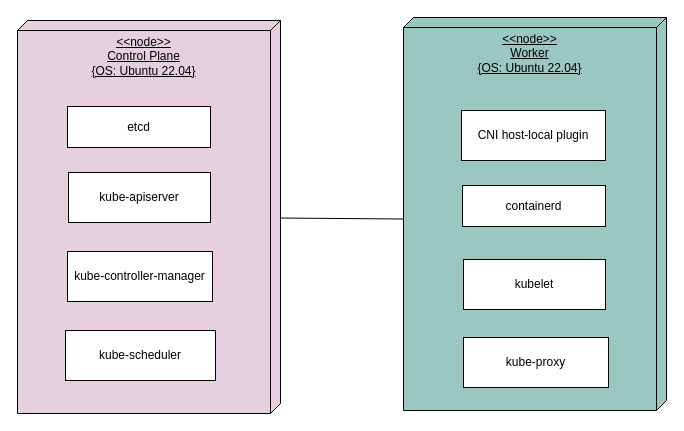
Earlier version of the draw.io diagram assets/K8S_cluster.drawio (hoaraujerome/k8s_cluster_from_scratch). Source tidied: cells renumbered, new cells numbered last; positions are measured from the earlier drawing's top-left corner, leaving out a move shared by most shapes. Both pictures are drawn from the tidied source at 100%, with x=0, y=0 at pixel (17, 17).
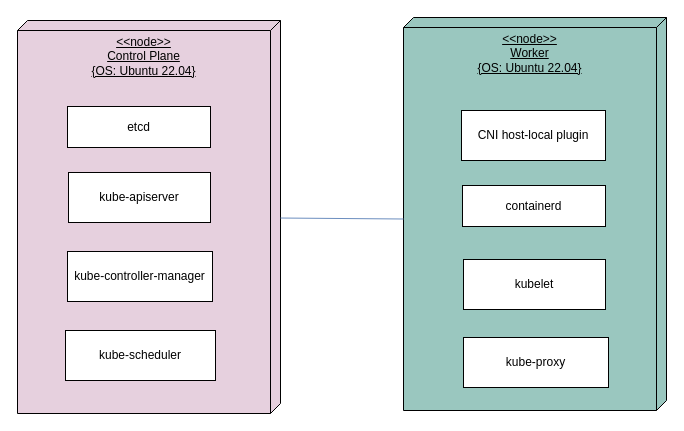
The same diagram, later.

The edit, as a diff of the source:
```diff
@@
 <mxGraphModel>
   <root>
     <mxCell id="0" />
     <mxCell id="1" parent="0" />
     <mxCell id="2" value="&lt;div&gt;&amp;lt;&amp;lt;node&amp;gt;&amp;gt;&lt;/div&gt;Control Plane&lt;div&gt;{OS: Ubuntu 22.04}&lt;/div&gt;" style="verticalAlign=top;align=center;spacingTop=8;spacingLeft=2;spacingRight=12;shape=cube;size=10;direction=south;fontStyle=4;html=1;whiteSpace=wrap;fillColor=#E6D0DE;" parent="1" vertex="1">
       <mxGeometry y="3" width="263" height="393" as="geometry" />
     </mxCell>
     <mxCell id="3" value="etcd" style="html=1;whiteSpace=wrap;" parent="1" vertex="1">
       <mxGeometry x="50" y="89" width="143" height="41" as="geometry" />
     </mxCell>
     <mxCell id="4" value="kube-apiserver" style="html=1;whiteSpace=wrap;" parent="1" vertex="1">
       <mxGeometry x="51" y="155" width="142" height="50" as="geometry" />
     </mxCell>
     <mxCell id="5" value="&lt;div&gt;kube-controller-manager&lt;/div&gt;" style="html=1;whiteSpace=wrap;" parent="1" vertex="1">
       <mxGeometry x="50" y="234" width="145" height="50" as="geometry" />
     </mxCell>
     <mxCell id="6" value="kube-scheduler" style="html=1;whiteSpace=wrap;" parent="1" vertex="1">
       <mxGeometry x="48" y="313" width="150" height="50" as="geometry" />
     </mxCell>
     <mxCell id="7" value="&lt;div&gt;&amp;lt;&amp;lt;node&amp;gt;&amp;gt;&lt;/div&gt;Worker&lt;div&gt;{OS: Ubuntu 22.04}&lt;/div&gt;" style="verticalAlign=top;align=center;spacingTop=8;spacingLeft=2;spacingRight=12;shape=cube;size=10;direction=south;fontStyle=4;html=1;whiteSpace=wrap;fillColor=#9AC7BF;" parent="1" vertex="1">
       <mxGeometry x="386" width="263" height="393" as="geometry" />
     </mxCell>
     <mxCell id="8" value="containerd" style="html=1;whiteSpace=wrap;" parent="1" vertex="1">
       <mxGeometry x="445" y="168" width="143" height="41" as="geometry" />
     </mxCell>
     <mxCell id="9" value="kubelet" style="html=1;whiteSpace=wrap;" parent="1" vertex="1">
       <mxGeometry x="446" y="242" width="142" height="50" as="geometry" />
     </mxCell>
     <mxCell id="10" value="&lt;div&gt;kube-proxy&lt;/div&gt;" style="html=1;whiteSpace=wrap;" parent="1" vertex="1">
       <mxGeometry x="446" y="320" width="145" height="50" as="geometry" />
     </mxCell>
     <mxCell id="11" value="CNI host-local plugin" style="html=1;whiteSpace=wrap;" parent="1" vertex="1">
       <mxGeometry x="444" y="93" width="144" height="50" as="geometry" />
     </mxCell>
-    <mxCell id="12" style="endArrow=none;html=1;rounded=0;entryX=0;entryY=0;entryDx=201.5;entryDy=263;entryPerimeter=0;" parent="1" edge="1" source="2" target="7">
+    <mxCell id="12" style="endArrow=none;html=1;rounded=0;entryX=0;entryY=0;entryDx=201.5;entryDy=263;entryPerimeter=0;fillColor=#dae8fc;strokeColor=#6c8ebf;" parent="1" edge="1" source="2" target="7">
       <mxGeometry relative="1" as="geometry" />
     </mxCell>
   </root>
 </mxGraphModel>
```
